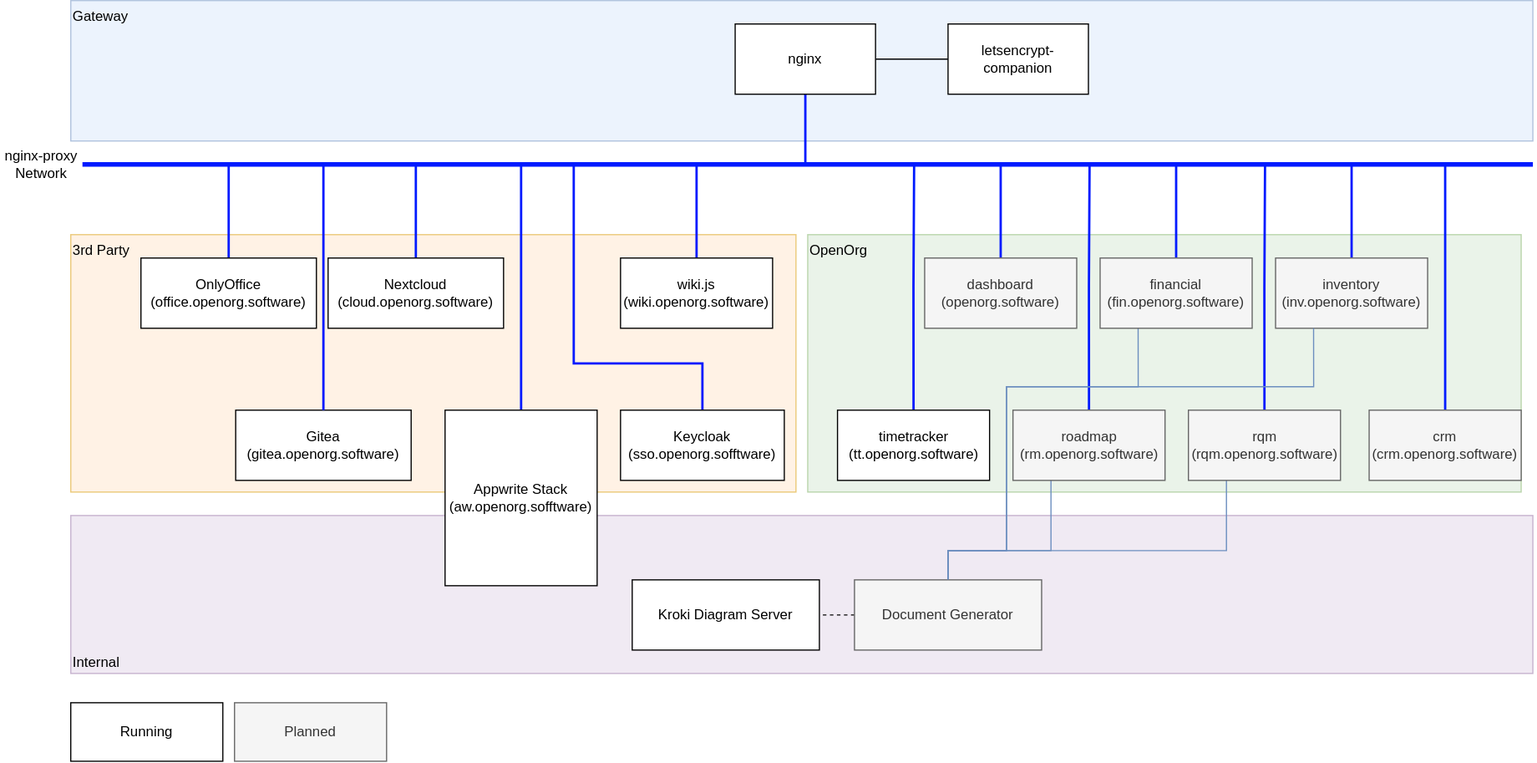
Before: .drawings/overview.svg, a diagram exported from draw.io (openorg-software/openorg-docker-compose). Source tidied: cells renumbered, new cells last; positions are measured from the earlier drawing's top-left corner, leaving out a move shared by most shapes.
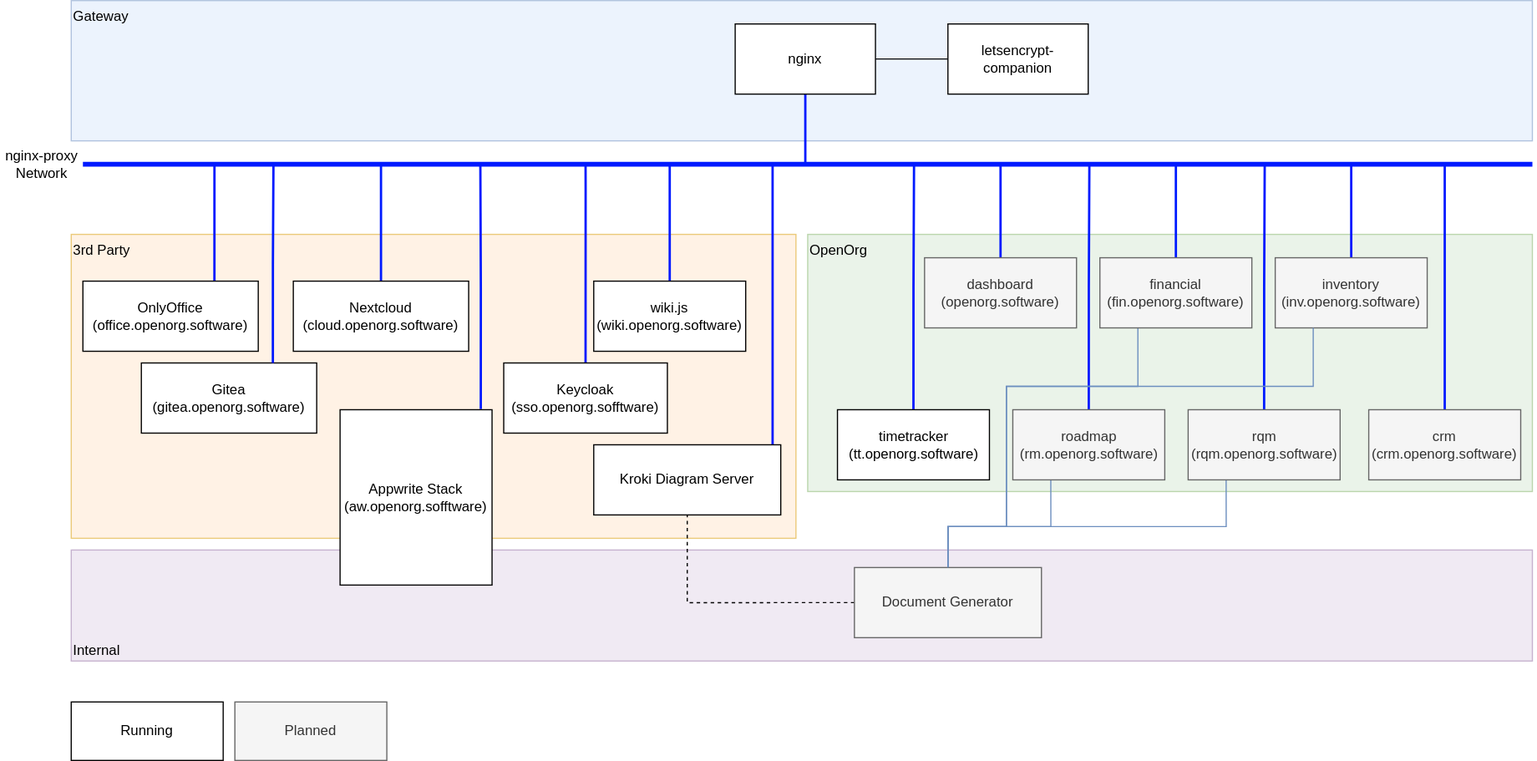
Later version of the same file.

What changed in the source:
```diff
@@ -3,24 +3,24 @@
     <mxCell id="0" />
     <mxCell id="1" parent="0" />
     <mxCell id="2" value="Internal" style="rounded=0;whiteSpace=wrap;html=1;align=left;verticalAlign=bottom;opacity=50;fillColor=#e1d5e7;strokeColor=#9673a6;" parent="1" vertex="1">
-      <mxGeometry x="60" y="440" width="1250" height="135" as="geometry" />
+      <mxGeometry x="60" y="470" width="1250" height="95" as="geometry" />
     </mxCell>
     <mxCell id="3" value="Gateway" style="rounded=0;whiteSpace=wrap;html=1;align=left;verticalAlign=top;fillColor=#dae8fc;strokeColor=#6c8ebf;opacity=50;" parent="1" vertex="1">
       <mxGeometry x="60" width="1250" height="120" as="geometry" />
     </mxCell>
     <mxCell id="4" value="OpenOrg" style="rounded=0;whiteSpace=wrap;html=1;align=left;verticalAlign=top;opacity=50;fillColor=#d5e8d4;strokeColor=#82b366;" parent="1" vertex="1">
-      <mxGeometry x="690" y="200" width="610" height="220" as="geometry" />
+      <mxGeometry x="690" y="200" width="620" height="220" as="geometry" />
     </mxCell>
     <mxCell id="5" value="3rd Party" style="rounded=0;whiteSpace=wrap;html=1;align=left;verticalAlign=top;opacity=50;fillColor=#ffe6cc;strokeColor=#d79b00;" parent="1" vertex="1">
-      <mxGeometry x="60" y="200" width="620" height="220" as="geometry" />
+      <mxGeometry x="60" y="200" width="620" height="260" as="geometry" />
     </mxCell>
-    <mxCell id="6" style="edgeStyle=orthogonalEdgeStyle;rounded=0;jettySize=auto;html=1;exitX=0.5;exitY=0;exitDx=0;exitDy=0;endArrow=none;endFill=0;strokeColor=#001AFF;strokeWidth=2;" parent="1" edge="1" source="7">
+    <mxCell id="6" style="edgeStyle=orthogonalEdgeStyle;rounded=0;jettySize=auto;html=1;exitX=0.926;exitY=-0.004;exitDx=0;exitDy=0;endArrow=none;endFill=0;strokeColor=#001AFF;strokeWidth=2;exitPerimeter=0;" parent="1" edge="1" source="7">
       <mxGeometry relative="1" as="geometry">
-        <mxPoint x="445" y="140" as="targetPoint" />
+        <mxPoint x="410" y="140" as="targetPoint" />
       </mxGeometry>
     </mxCell>
     <mxCell id="7" value="Appwrite Stack&lt;br&gt;(aw.openorg.sofftware)" style="rounded=0;whiteSpace=wrap;html=1;" parent="1" vertex="1">
-      <mxGeometry x="380" y="350" width="130" height="150" as="geometry" />
+      <mxGeometry x="290" y="350" width="130" height="150" as="geometry" />
     </mxCell>
     <mxCell id="8" style="edgeStyle=orthogonalEdgeStyle;rounded=0;jettySize=auto;html=1;exitX=0.5;exitY=0;exitDx=0;exitDy=0;endArrow=none;endFill=0;strokeColor=#001AFF;strokeWidth=2;" parent="1" edge="1" source="9">
       <mxGeometry relative="1" as="geometry">
@@ -46,24 +46,29 @@
     </mxCell>
     <mxCell id="14" style="edgeStyle=orthogonalEdgeStyle;rounded=0;jettySize=auto;html=1;exitX=0.5;exitY=0;exitDx=0;exitDy=0;endArrow=none;endFill=0;strokeColor=#001AFF;strokeWidth=2;" parent="1" edge="1" source="15">
       <mxGeometry relative="1" as="geometry">
-        <mxPoint x="490" y="140" as="targetPoint" />
+        <mxPoint x="500" y="140" as="targetPoint" />
         <Array as="points">
-          <mxPoint x="600" y="310" />
-          <mxPoint x="490" y="310" />
+          <mxPoint x="500" y="160" />
         </Array>
       </mxGeometry>
     </mxCell>
     <mxCell id="15" value="Keycloak&lt;br&gt;(sso.openorg.sofftware)" style="rounded=0;whiteSpace=wrap;html=1;" parent="1" vertex="1">
-      <mxGeometry x="530" y="350" width="140" height="60" as="geometry" />
+      <mxGeometry x="430" y="310" width="140" height="60" as="geometry" />
     </mxCell>
+    <mxCell id="47" style="edgeStyle=orthogonalEdgeStyle;rounded=0;orthogonalLoop=1;jettySize=auto;html=1;strokeColor=#001AFF;endArrow=none;endFill=0;strokeWidth=2;" parent="1" edge="1">
+      <mxGeometry relative="1" as="geometry">
+        <mxPoint x="660" y="430" as="sourcePoint" />
+        <mxPoint x="660" y="140" as="targetPoint" />
+      </mxGeometry>
+    </mxCell>
     <mxCell id="16" value="Kroki Diagram Server" style="rounded=0;whiteSpace=wrap;html=1;" parent="1" vertex="1">
-      <mxGeometry x="540" y="495" width="160" height="60" as="geometry" />
+      <mxGeometry x="507" y="380" width="160" height="60" as="geometry" />
     </mxCell>
     <mxCell id="17" style="edgeStyle=orthogonalEdgeStyle;rounded=0;jettySize=auto;html=1;exitX=0.25;exitY=1;exitDx=0;exitDy=0;entryX=0.5;entryY=0;entryDx=0;entryDy=0;endArrow=none;endFill=0;fillColor=#dae8fc;strokeColor=#6c8ebf;" parent="1" edge="1" source="19" target="35">
       <mxGeometry relative="1" as="geometry">
         <Array as="points">
-          <mxPoint x="898" y="470" />
-          <mxPoint x="810" y="470" />
+          <mxPoint x="898" y="450" />
+          <mxPoint x="810" y="450" />
         </Array>
       </mxGeometry>
     </mxCell>
@@ -78,8 +83,8 @@
     <mxCell id="20" style="edgeStyle=orthogonalEdgeStyle;rounded=0;jettySize=auto;html=1;exitX=0.25;exitY=1;exitDx=0;exitDy=0;entryX=0.5;entryY=0;entryDx=0;entryDy=0;endArrow=none;endFill=0;fillColor=#dae8fc;strokeColor=#6c8ebf;" parent="1" edge="1" source="22" target="35">
       <mxGeometry relative="1" as="geometry">
         <Array as="points">
-          <mxPoint x="1048" y="470" />
-          <mxPoint x="810" y="470" />
+          <mxPoint x="1048" y="450" />
+          <mxPoint x="810" y="450" />
         </Array>
       </mxGeometry>
     </mxCell>
@@ -118,8 +123,8 @@
         <Array as="points">
           <mxPoint x="972" y="330" />
           <mxPoint x="860" y="330" />
-          <mxPoint x="860" y="470" />
-          <mxPoint x="810" y="470" />
+          <mxPoint x="860" y="450" />
+          <mxPoint x="810" y="450" />
         </Array>
       </mxGeometry>
     </mxCell>
@@ -139,27 +144,27 @@
     <mxCell id="33" value="inventory&lt;br&gt;(inv.openorg.software)" style="rounded=0;whiteSpace=wrap;html=1;fillColor=#f5f5f5;strokeColor=#666666;fontColor=#333333;" parent="1" vertex="1">
       <mxGeometry x="1090" y="220" width="130" height="60" as="geometry" />
     </mxCell>
-    <mxCell id="34" style="edgeStyle=orthogonalEdgeStyle;rounded=0;jettySize=auto;html=1;exitX=0;exitY=0.5;exitDx=0;exitDy=0;entryX=1;entryY=0.5;entryDx=0;entryDy=0;endArrow=none;endFill=0;dashed=1;" parent="1" edge="1" source="35" target="16">
+    <mxCell id="34" style="edgeStyle=orthogonalEdgeStyle;rounded=0;jettySize=auto;html=1;exitX=0;exitY=0.5;exitDx=0;exitDy=0;entryX=0.5;entryY=1;entryDx=0;entryDy=0;endArrow=none;endFill=0;dashed=1;" parent="1" edge="1" source="35" target="16">
       <mxGeometry relative="1" as="geometry" />
     </mxCell>
     <mxCell id="35" value="Document Generator" style="rounded=0;whiteSpace=wrap;html=1;fillColor=#f5f5f5;strokeColor=#666666;fontColor=#333333;" parent="1" vertex="1">
-      <mxGeometry x="730" y="495" width="160" height="60" as="geometry" />
+      <mxGeometry x="730" y="485" width="160" height="60" as="geometry" />
     </mxCell>
     <mxCell id="36" style="edgeStyle=orthogonalEdgeStyle;rounded=0;jettySize=auto;html=1;exitX=0.5;exitY=0;exitDx=0;exitDy=0;endArrow=none;endFill=0;strokeColor=#001AFF;strokeWidth=2;" parent="1" edge="1" source="37">
       <mxGeometry relative="1" as="geometry">
-        <mxPoint x="595" y="140" as="targetPoint" />
+        <mxPoint x="572" y="140" as="targetPoint" />
       </mxGeometry>
     </mxCell>
     <mxCell id="37" value="wiki.js&lt;br&gt;(wiki.openorg.software)" style="rounded=0;whiteSpace=wrap;html=1;" parent="1" vertex="1">
-      <mxGeometry x="530" y="220" width="130" height="60" as="geometry" />
+      <mxGeometry x="507" y="240" width="130" height="60" as="geometry" />
     </mxCell>
     <mxCell id="38" style="edgeStyle=orthogonalEdgeStyle;rounded=0;jettySize=auto;html=1;exitX=0.25;exitY=1;exitDx=0;exitDy=0;endArrow=none;endFill=0;fillColor=#dae8fc;strokeColor=#6c8ebf;entryX=0.5;entryY=0;entryDx=0;entryDy=0;" parent="1" edge="1" source="33" target="35">
       <mxGeometry relative="1" as="geometry">
         <Array as="points">
-          <mxPoint x="1123" y="330" />
+          <mxPoint x="1122" y="330" />
           <mxPoint x="860" y="330" />
-          <mxPoint x="860" y="470" />
-          <mxPoint x="810" y="470" />
+          <mxPoint x="860" y="450" />
+          <mxPoint x="810" y="450" />
         </Array>
       </mxGeometry>
     </mxCell>
@@ -172,15 +177,18 @@
       </mxGeometry>
     </mxCell>
     <mxCell id="40" value="Nextcloud&lt;br&gt;(cloud.openorg.software)" style="rounded=0;whiteSpace=wrap;html=1;" parent="1" vertex="1">
-      <mxGeometry x="280" y="220" width="150" height="60" as="geometry" />
+      <mxGeometry x="250" y="240" width="150" height="60" as="geometry" />
     </mxCell>
-    <mxCell id="41" style="edgeStyle=orthogonalEdgeStyle;rounded=0;jettySize=auto;html=1;exitX=0.5;exitY=0;exitDx=0;exitDy=0;endArrow=none;endFill=0;strokeColor=#001AFF;strokeWidth=2;" parent="1" edge="1" source="42">
+    <mxCell id="41" style="edgeStyle=orthogonalEdgeStyle;rounded=0;jettySize=auto;html=1;exitX=0.75;exitY=0;exitDx=0;exitDy=0;endArrow=none;endFill=0;strokeColor=#001AFF;strokeWidth=2;" parent="1" edge="1" source="42">
       <mxGeometry relative="1" as="geometry">
         <mxPoint x="195" y="140" as="targetPoint" />
+        <Array as="points">
+          <mxPoint x="183" y="140" />
+        </Array>
       </mxGeometry>
     </mxCell>
     <mxCell id="42" value="OnlyOffice&lt;br&gt;(office.openorg.software)" style="rounded=0;whiteSpace=wrap;html=1;" parent="1" vertex="1">
-      <mxGeometry x="120" y="220" width="150" height="60" as="geometry" />
+      <mxGeometry x="70" y="240" width="150" height="60" as="geometry" />
     </mxCell>
     <mxCell id="43" style="endArrow=none;html=1;strokeWidth=4;strokeColor=#001AFF;" parent="1" edge="1">
       <mxGeometry relative="1" as="geometry">
@@ -192,11 +200,11 @@
       <mxGeometry y="130" width="70" height="20" as="geometry" />
     </mxCell>
     <mxCell id="45" value="Gitea&lt;br&gt;(gitea.openorg.software)" style="rounded=0;whiteSpace=wrap;html=1;" parent="1" vertex="1">
-      <mxGeometry x="201" y="350" width="150" height="60" as="geometry" />
+      <mxGeometry x="120" y="310" width="150" height="60" as="geometry" />
     </mxCell>
-    <mxCell id="46" style="edgeStyle=orthogonalEdgeStyle;rounded=0;jettySize=auto;html=1;exitX=0.5;exitY=0;exitDx=0;exitDy=0;endArrow=none;endFill=0;strokeColor=#001AFF;strokeWidth=2;" parent="1" edge="1" source="45">
+    <mxCell id="46" style="edgeStyle=orthogonalEdgeStyle;rounded=0;jettySize=auto;html=1;exitX=0.75;exitY=0;exitDx=0;exitDy=0;endArrow=none;endFill=0;strokeColor=#001AFF;strokeWidth=2;" parent="1" edge="1" source="45">
       <mxGeometry relative="1" as="geometry">
-        <mxPoint x="276" y="141" as="targetPoint" />
+        <mxPoint x="233" y="141" as="targetPoint" />
       </mxGeometry>
     </mxCell>
   </root>
```
